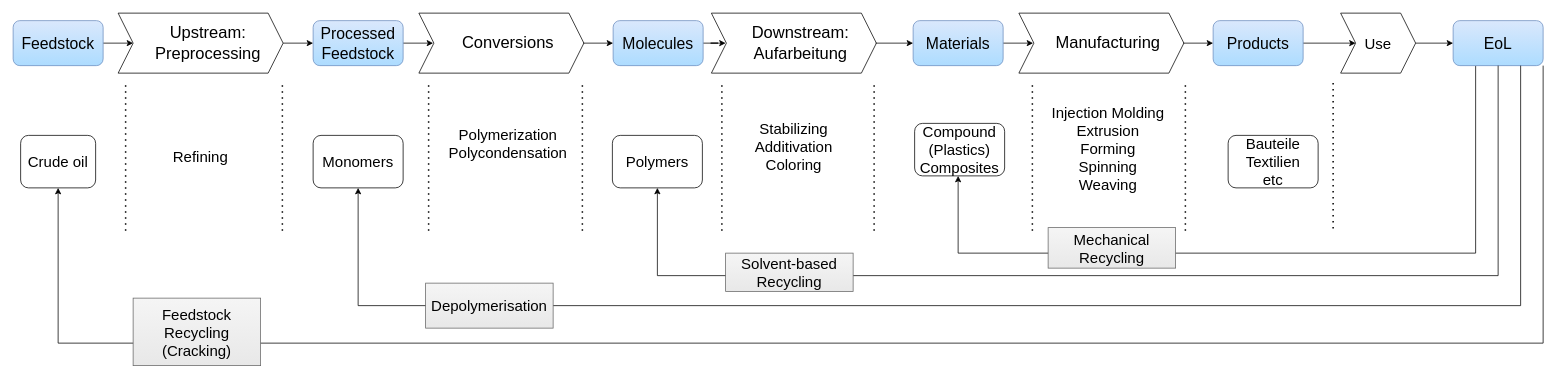
The draw.io diagram DT-ValueChain.drawio in kay-squared/PyTorchLearn, before the edit. Source tidied: cells renumbered, new cells numbered last; positions are measured from the earlier drawing's top-left corner, leaving out a move shared by most shapes. Both pictures are drawn from the tidied source at 75%, with x=0, y=0 at pixel (13, 13).
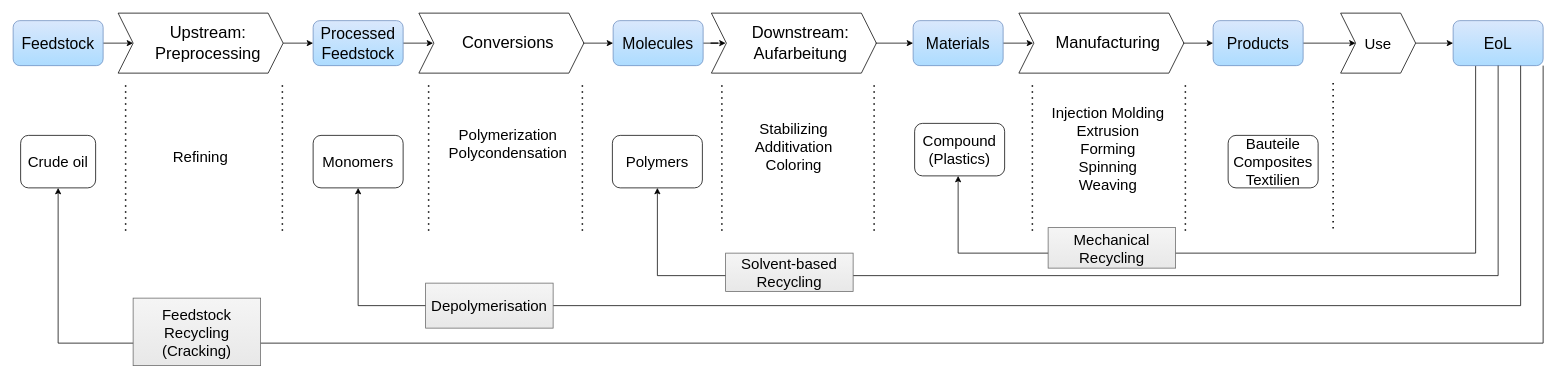
The same diagram, later.

Diff of the diagram source:
```diff
@@
-    <mxCell id="24" value="Compound (Plastics)&lt;div&gt;Composites&lt;/div&gt;" style="text;html=1;align=center;verticalAlign=middle;whiteSpace=wrap;rounded=1;fontFamily=Rubik light;fontSize=20;strokeColor=default;" parent="1" vertex="1">
+    <mxCell id="24" value="Compound (Plastics)" style="text;html=1;align=center;verticalAlign=middle;whiteSpace=wrap;rounded=1;fontFamily=Rubik light;fontSize=20;strokeColor=default;" parent="1" vertex="1">
       <mxGeometry x="1202" y="147" width="120" height="70" as="geometry" />
     </mxCell>
-    <mxCell id="25" value="Bauteile&lt;div&gt;Textilien&lt;/div&gt;&lt;div&gt;etc&lt;/div&gt;" style="text;html=1;align=center;verticalAlign=middle;whiteSpace=wrap;rounded=1;fontFamily=Rubik light;fontSize=20;strokeColor=default;" parent="1" vertex="1">
+    <mxCell id="25" value="Bauteile&lt;div&gt;Composites&lt;br&gt;&lt;div&gt;Textilien&lt;/div&gt;&lt;/div&gt;" style="text;html=1;align=center;verticalAlign=middle;whiteSpace=wrap;rounded=1;fontFamily=Rubik light;fontSize=20;strokeColor=default;" parent="1" vertex="1">
       <mxGeometry x="1620" y="163" width="120" height="70" as="geometry" />
     </mxCell>
```
